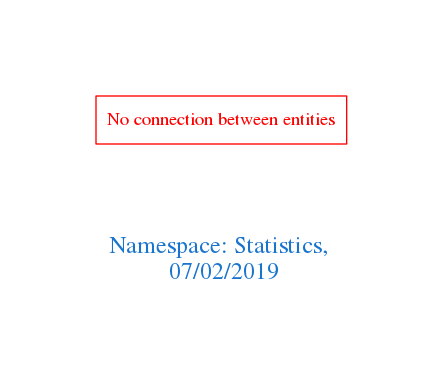
Earlier version of the Graphviz export downloads/Statistics.png (arago/OGIT). Its source is kept beside it as downloads/Statistics.dot.
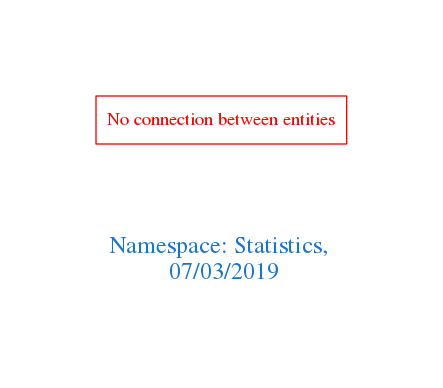
After the commit.

The edit, as a diff of the source:
```diff
@@ -1,7 +1,7 @@
 digraph OGIT_ontology {
  graph [ rankdir= LR,pad=1
 fontsize = 18,
-fontcolor= dodgerblue3,label = "\n\n\nNamespace: Statistics, \n 07/02/2019"];
+fontcolor= dodgerblue3,label = "\n\n\nNamespace: Statistics, \n 07/03/2019"];
 node[shape=polygon];
 edge [  color="gray81"];
 
```
